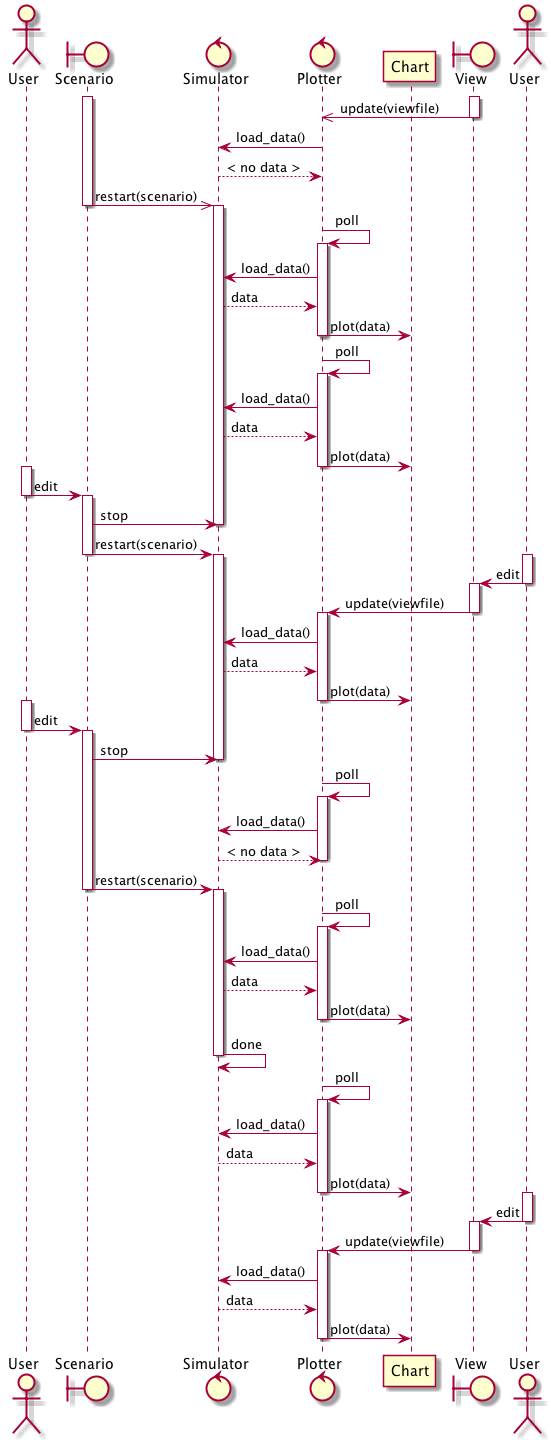
This is docs/uml/png/sequence.png from kghose/groho, a PlantUML export, as it was before one commit.
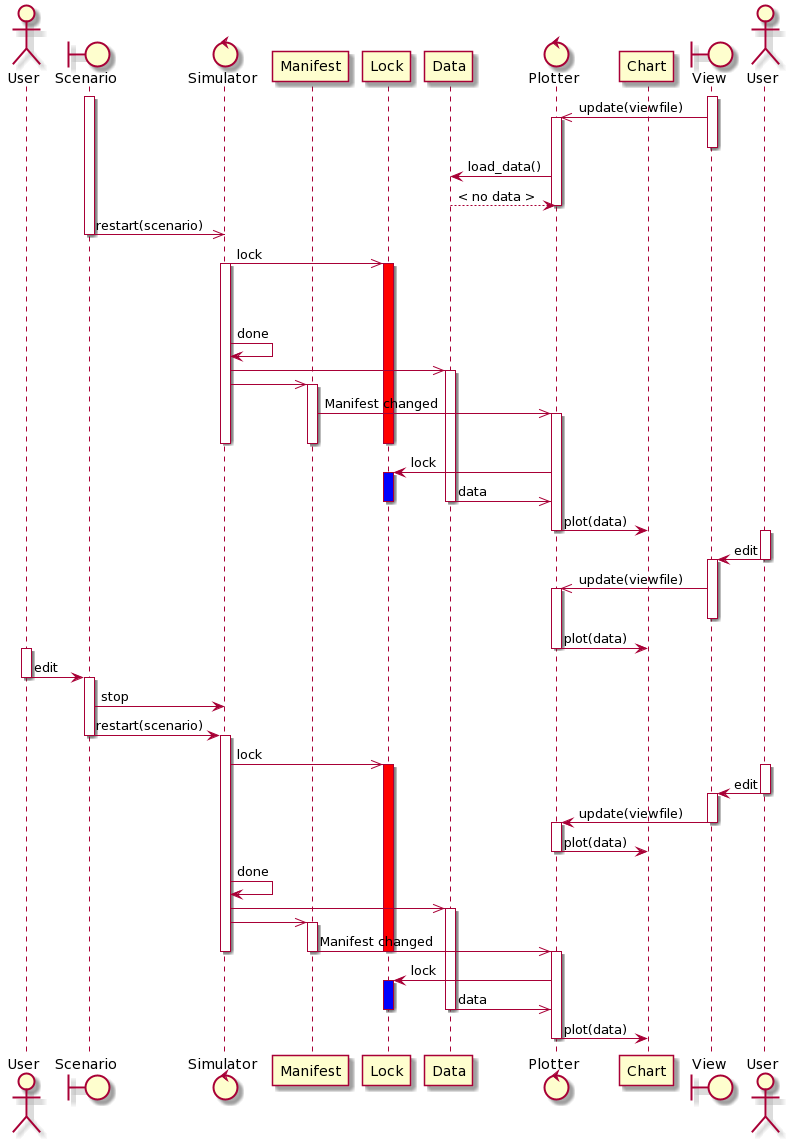
After the change.

What changed in the source:
```diff
@@ -1,8 +1,10 @@
-@startuml Sequence
-
+@startuml
 actor User
 boundary Scenario
 control "Simulator" as sim
+participant Manifest
+participant Lock
+participant Data
 control Plotter
 participant Chart
 boundary "View" as plotf
@@ -12,28 +14,48 @@
 activate Scenario
 activate plotf
 plotf ->> Plotter: update(viewfile)
+activate Plotter
 deactivate plotf
-Plotter -> sim: load_data()
-Plotter <-- sim: < no data >
-
+Plotter -> Data: load_data()
+Plotter <-- Data: < no data >
+deactivate Plotter
 
 Scenario ->> sim: restart(scenario)
 deactivate Scenario
+sim ->> Lock: lock
+activate Lock #red
 activate sim
+|||
+|||
+sim -> sim: done
+sim ->> Data
+activate Data
+sim ->> Manifest
+activate Manifest
+Manifest ->> Plotter: Manifest changed
+activate Plotter
+deactivate Lock
+deactivate sim
+deactivate Manifest
 
-
-Plotter -> Plotter: poll
-activate Plotter
-Plotter -> sim: load_data()
-Plotter <-- sim: data
+Plotter -> Lock: lock
+activate Lock #blue
+Data ->> Plotter: data
+deactivate Data
+deactivate Lock
 Plotter -> Chart: plot(data)
 deactivate Plotter
 
 
-Plotter -> Plotter: poll
+
+activate u2
+u2 -> plotf: edit
+deactivate u2
+
+activate plotf
+plotf ->> Plotter: update(viewfile)
 activate Plotter
-Plotter -> sim: load_data()
-Plotter <-- sim: data
+deactivate plotf
 Plotter -> Chart: plot(data)
 deactivate Plotter
 
@@ -49,6 +71,9 @@
 Scenario -> sim: restart(scenario)
 deactivate Scenario
 activate sim
+sim ->> Lock: lock
+activate Lock #red
+
 
 
 activate u2
@@ -59,60 +84,25 @@
 Plotter <- plotf: update(viewfile)
 deactivate plotf
 activate Plotter
-Plotter -> sim: load_data()
-Plotter <-- sim: data
 Plotter -> Chart: plot(data)
 deactivate Plotter
 
+sim -> sim: done
+sim ->> Data
+activate Data
+sim ->> Manifest
+activate Manifest
+Manifest ->> Plotter: Manifest changed
+deactivate Manifest
+activate Plotter
+deactivate sim
+deactivate Lock
+Plotter -> Lock: lock
+activate Lock #blue
 
-activate User
-User -> Scenario: edit
-deactivate User
-activate Scenario
-Scenario -> sim: stop
-deactivate sim
-
-Plotter -> Plotter: poll
-activate Plotter
-Plotter -> sim: load_data()
-Plotter <-- sim: < no data >
-deactivate Plotter
-
-
-Scenario -> sim: restart(scenario)
-deactivate Scenario
-activate sim
-
-Plotter -> Plotter: poll
-activate Plotter
-Plotter -> sim: load_data()
-Plotter <-- sim: data
+Data ->> Plotter: data
+deactivate Data
+deactivate Lock
 Plotter -> Chart: plot(data)
 deactivate Plotter
-
-
-sim -> sim: done
-deactivate sim
-
-Plotter -> Plotter: poll
-activate Plotter
-Plotter -> sim: load_data()
-Plotter <-- sim: data
-Plotter -> Chart: plot(data)
-deactivate Plotter
-
-
-activate u2
-u2 -> plotf: edit
-deactivate u2
-activate plotf
-Plotter <- plotf: update(viewfile)
-deactivate plotf
-
-activate Plotter
-Plotter -> sim: load_data()
-Plotter <-- sim: data
-Plotter -> Chart: plot(data)
-deactivate Plotter
-
 @enduml
```
